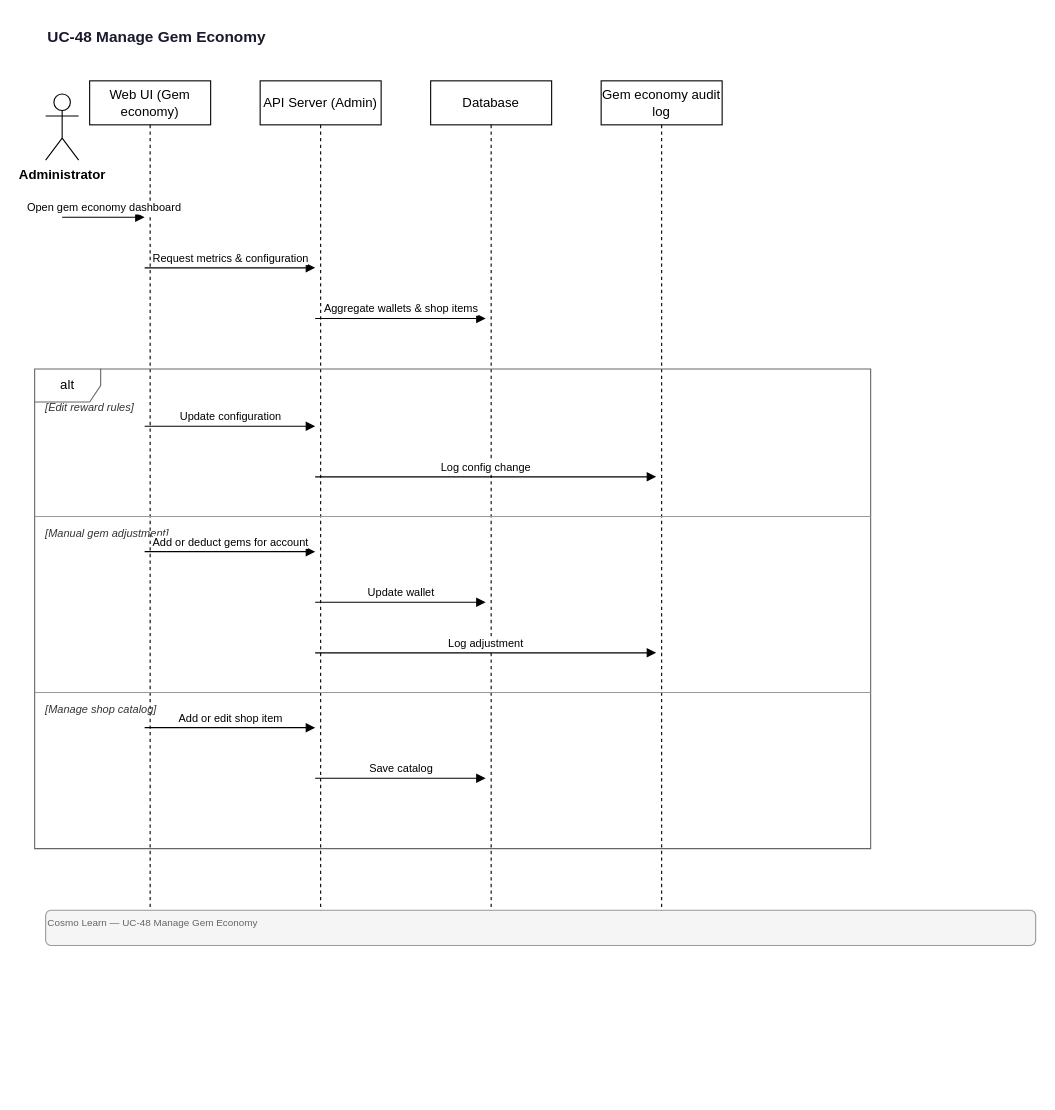
Above: docs/diagrams/sequence/UC-48-Manage-Gem-Economy.drawio in quangg1/ASTRO_EDU (draw.io), before the change. Source tidied: cells renumbered, new cells numbered last; positions are measured from the earlier drawing's top-left corner, leaving out a move shared by most shapes. Both pictures are drawn from the tidied source at 110%, with x=0, y=0 at pixel (34, 19).
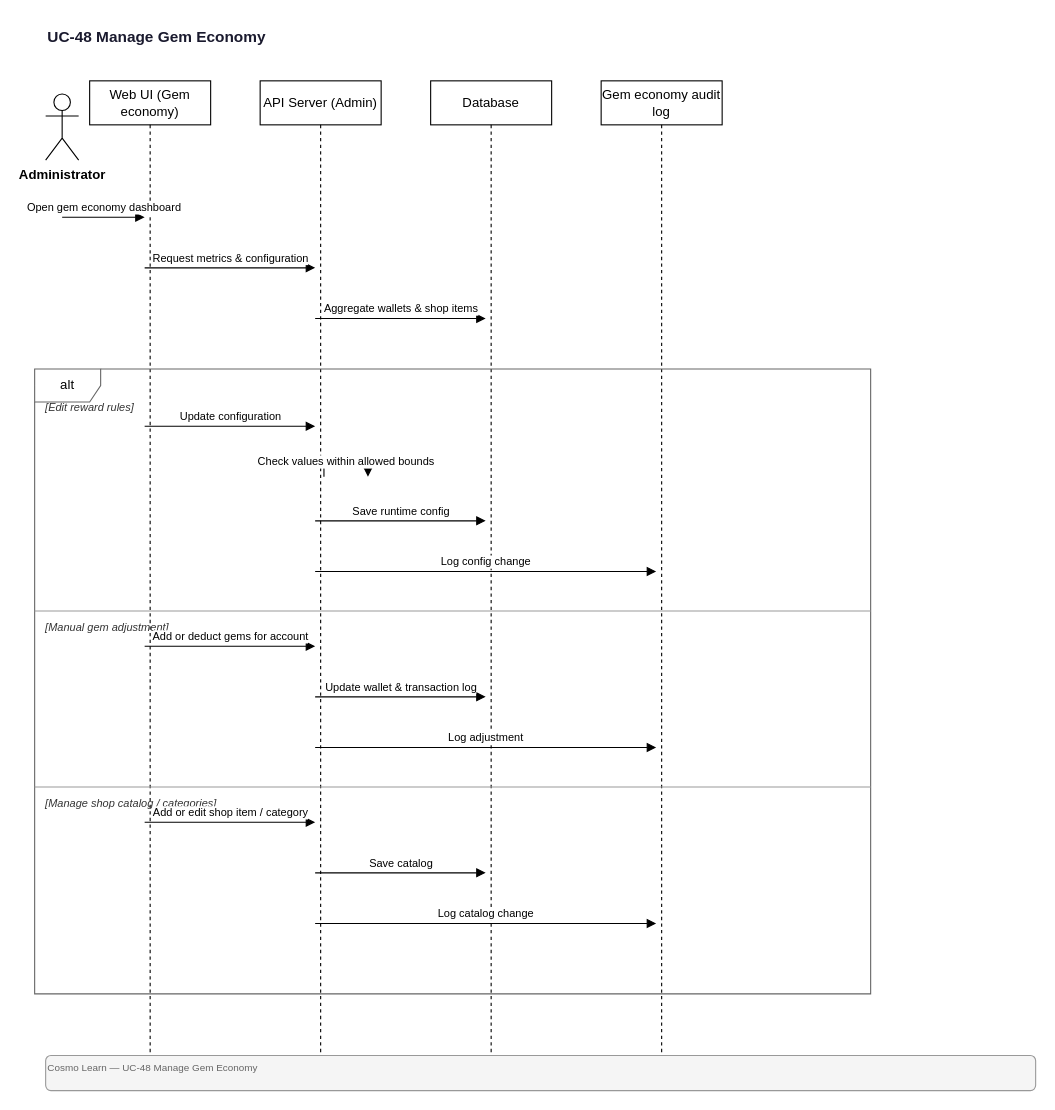
After the change.

Change to the diagram source:
```diff
@@
     <mxCell id="4" value="Web UI (Gem economy)" style="shape=umlLifeline;perimeter=lifelinePerimeter;whiteSpace=wrap;html=1;size=40;" parent="1" vertex="1">
-      <mxGeometry x="50" y="56" width="110" height="756" as="geometry" />
+      <mxGeometry x="50" y="56" width="110" height="888" as="geometry" />
     </mxCell>
     <mxCell id="5" value="API Server (Admin)" style="shape=umlLifeline;perimeter=lifelinePerimeter;whiteSpace=wrap;html=1;size=40;" parent="1" vertex="1">
-      <mxGeometry x="205" y="56" width="110" height="756" as="geometry" />
+      <mxGeometry x="205" y="56" width="110" height="888" as="geometry" />
     </mxCell>
     <mxCell id="6" value="Database" style="shape=umlLifeline;perimeter=lifelinePerimeter;whiteSpace=wrap;html=1;size=40;" parent="1" vertex="1">
-      <mxGeometry x="360" y="56" width="110" height="756" as="geometry" />
+      <mxGeometry x="360" y="56" width="110" height="888" as="geometry" />
     </mxCell>
     <mxCell id="7" value="Gem economy audit log" style="shape=umlLifeline;perimeter=lifelinePerimeter;whiteSpace=wrap;html=1;size=40;" parent="1" vertex="1">
-      <mxGeometry x="515" y="56" width="110" height="756" as="geometry" />
+      <mxGeometry x="515" y="56" width="110" height="888" as="geometry" />
     </mxCell>
@@
     <mxCell id="11" value="alt" style="shape=umlFrame;whiteSpace=wrap;html=1;fillColor=none;strokeColor=#666666;" parent="1" vertex="1">
-      <mxGeometry y="318" width="760" height="436" as="geometry" />
+      <mxGeometry y="318" width="760" height="568" as="geometry" />
     </mxCell>
@@
-    <mxCell id="14" value="Log config change" style="endArrow=block;endFill=1;html=1;fontSize=10;verticalAlign=bottom;" parent="1" edge="1">
+    <mxCell id="14" value="Check values within allowed bounds" style="endArrow=block;endFill=1;html=1;fontSize=10;edgeStyle=orthogonalEdgeStyle;rounded=0;" parent="1" edge="1">
       <mxGeometry relative="1" as="geometry">
-        <mxPoint x="255" y="416" as="sourcePoint" />
-        <mxPoint x="565" y="416" as="targetPoint" />
+        <mxPoint x="263" y="416" as="sourcePoint" />
+        <mxPoint x="303" y="416" as="targetPoint" />
+        <Array as="points">
+          <mxPoint x="303" y="402" />
+          <mxPoint x="263" y="402" />
+        </Array>
       </mxGeometry>
     </mxCell>
-    <mxCell id="15" value="[Manual gem adjustment]" style="text;html=1;strokeColor=none;fillColor=none;align=left;verticalAlign=middle;fontSize=10;fontStyle=2;fontColor=#333333;" parent="1" vertex="1">
-      <mxGeometry x="8" y="458" width="744" height="18" as="geometry" />
+    <mxCell id="15" value="Save runtime config" style="endArrow=block;endFill=1;html=1;fontSize=10;verticalAlign=bottom;" parent="1" edge="1">
+      <mxGeometry relative="1" as="geometry">
+        <mxPoint x="255" y="456" as="sourcePoint" />
+        <mxPoint x="410" y="456" as="targetPoint" />
+      </mxGeometry>
     </mxCell>
-    <mxCell id="16" style="endArrow=none;html=1;strokeWidth=1;strokeColor=#999999;" parent="1" edge="1">
+    <mxCell id="16" value="Log config change" style="endArrow=block;endFill=1;html=1;fontSize=10;verticalAlign=bottom;" parent="1" edge="1">
       <mxGeometry relative="1" as="geometry">
-        <mxPoint y="452" as="sourcePoint" />
-        <mxPoint x="760" y="452" as="targetPoint" />
+        <mxPoint x="255" y="502" as="sourcePoint" />
+        <mxPoint x="565" y="502" as="targetPoint" />
       </mxGeometry>
     </mxCell>
-    <mxCell id="17" value="Add or deduct gems for account" style="endArrow=block;endFill=1;html=1;fontSize=10;verticalAlign=bottom;" parent="1" edge="1">
-      <mxGeometry relative="1" as="geometry">
-        <mxPoint x="100" y="484" as="sourcePoint" />
-        <mxPoint x="255" y="484" as="targetPoint" />
-      </mxGeometry>
+    <mxCell id="17" value="[Manual gem adjustment]" style="text;html=1;strokeColor=none;fillColor=none;align=left;verticalAlign=middle;fontSize=10;fontStyle=2;fontColor=#333333;" parent="1" vertex="1">
+      <mxGeometry x="8" y="544" width="744" height="18" as="geometry" />
     </mxCell>
-    <mxCell id="18" value="Update wallet" style="endArrow=block;endFill=1;html=1;fontSize=10;verticalAlign=bottom;" parent="1" edge="1">
+    <mxCell id="18" style="endArrow=none;html=1;strokeWidth=1;strokeColor=#999999;" parent="1" edge="1">
       <mxGeometry relative="1" as="geometry">
-        <mxPoint x="255" y="530" as="sourcePoint" />
-        <mxPoint x="410" y="530" as="targetPoint" />
+        <mxPoint y="538" as="sourcePoint" />
+        <mxPoint x="760" y="538" as="targetPoint" />
       </mxGeometry>
     </mxCell>
-    <mxCell id="19" value="Log adjustment" style="endArrow=block;endFill=1;html=1;fontSize=10;verticalAlign=bottom;" parent="1" edge="1">
+    <mxCell id="19" value="Add or deduct gems for account" style="endArrow=block;endFill=1;html=1;fontSize=10;verticalAlign=bottom;" parent="1" edge="1">
       <mxGeometry relative="1" as="geometry">
-        <mxPoint x="255" y="576" as="sourcePoint" />
-        <mxPoint x="565" y="576" as="targetPoint" />
+        <mxPoint x="100" y="570" as="sourcePoint" />
+        <mxPoint x="255" y="570" as="targetPoint" />
       </mxGeometry>
     </mxCell>
-    <mxCell id="20" value="[Manage shop catalog]" style="text;html=1;strokeColor=none;fillColor=none;align=left;verticalAlign=middle;fontSize=10;fontStyle=2;fontColor=#333333;" parent="1" vertex="1">
-      <mxGeometry x="8" y="618" width="744" height="18" as="geometry" />
+    <mxCell id="20" value="Update wallet &amp; transaction log" style="endArrow=block;endFill=1;html=1;fontSize=10;verticalAlign=bottom;" parent="1" edge="1">
+      <mxGeometry relative="1" as="geometry">
+        <mxPoint x="255" y="616" as="sourcePoint" />
+        <mxPoint x="410" y="616" as="targetPoint" />
+      </mxGeometry>
     </mxCell>
-    <mxCell id="21" style="endArrow=none;html=1;strokeWidth=1;strokeColor=#999999;" parent="1" edge="1">
+    <mxCell id="21" value="Log adjustment" style="endArrow=block;endFill=1;html=1;fontSize=10;verticalAlign=bottom;" parent="1" edge="1">
       <mxGeometry relative="1" as="geometry">
-        <mxPoint y="612" as="sourcePoint" />
-        <mxPoint x="760" y="612" as="targetPoint" />
+        <mxPoint x="255" y="662" as="sourcePoint" />
+        <mxPoint x="565" y="662" as="targetPoint" />
       </mxGeometry>
     </mxCell>
-    <mxCell id="22" value="Add or edit shop item" style="endArrow=block;endFill=1;html=1;fontSize=10;verticalAlign=bottom;" parent="1" edge="1">
-      <mxGeometry relative="1" as="geometry">
-        <mxPoint x="100" y="644" as="sourcePoint" />
-        <mxPoint x="255" y="644" as="targetPoint" />
-      </mxGeometry>
+    <mxCell id="22" value="[Manage shop catalog / categories]" style="text;html=1;strokeColor=none;fillColor=none;align=left;verticalAlign=middle;fontSize=10;fontStyle=2;fontColor=#333333;" parent="1" vertex="1">
+      <mxGeometry x="8" y="704" width="744" height="18" as="geometry" />
     </mxCell>
-    <mxCell id="23" value="Save catalog" style="endArrow=block;endFill=1;html=1;fontSize=10;verticalAlign=bottom;" parent="1" edge="1">
+    <mxCell id="23" style="endArrow=none;html=1;strokeWidth=1;strokeColor=#999999;" parent="1" edge="1">
       <mxGeometry relative="1" as="geometry">
-        <mxPoint x="255" y="690" as="sourcePoint" />
-        <mxPoint x="410" y="690" as="targetPoint" />
+        <mxPoint y="698" as="sourcePoint" />
+        <mxPoint x="760" y="698" as="targetPoint" />
       </mxGeometry>
     </mxCell>
-    <mxCell id="24" value="Cosmo Learn — UC-48 Manage Gem Economy" style="text;html=1;strokeColor=#999;fillColor=#f5f5f5;align=left;verticalAlign=top;fontSize=9;fontColor=#666;rounded=1;" parent="1" vertex="1">
-      <mxGeometry x="10" y="810" width="900" height="32" as="geometry" />
+    <mxCell id="24" value="Add or edit shop item / category" style="endArrow=block;endFill=1;html=1;fontSize=10;verticalAlign=bottom;" parent="1" edge="1">
+      <mxGeometry relative="1" as="geometry">
+        <mxPoint x="100" y="730" as="sourcePoint" />
+        <mxPoint x="255" y="730" as="targetPoint" />
+      </mxGeometry>
     </mxCell>
+    <mxCell id="25" value="Save catalog" style="endArrow=block;endFill=1;html=1;fontSize=10;verticalAlign=bottom;" parent="1" edge="1">
+      <mxGeometry relative="1" as="geometry">
+        <mxPoint x="255" y="776" as="sourcePoint" />
+        <mxPoint x="410" y="776" as="targetPoint" />
+      </mxGeometry>
+    </mxCell>
+    <mxCell id="26" value="Log catalog change" style="endArrow=block;endFill=1;html=1;fontSize=10;verticalAlign=bottom;" parent="1" edge="1">
+      <mxGeometry relative="1" as="geometry">
+        <mxPoint x="255" y="822" as="sourcePoint" />
+        <mxPoint x="565" y="822" as="targetPoint" />
+      </mxGeometry>
+    </mxCell>
+    <mxCell id="27" value="Cosmo Learn — UC-48 Manage Gem Economy" style="text;html=1;strokeColor=#999;fillColor=#f5f5f5;align=left;verticalAlign=top;fontSize=9;fontColor=#666;rounded=1;" parent="1" vertex="1">
+      <mxGeometry x="10" y="942" width="900" height="32" as="geometry" />
+    </mxCell>
```
